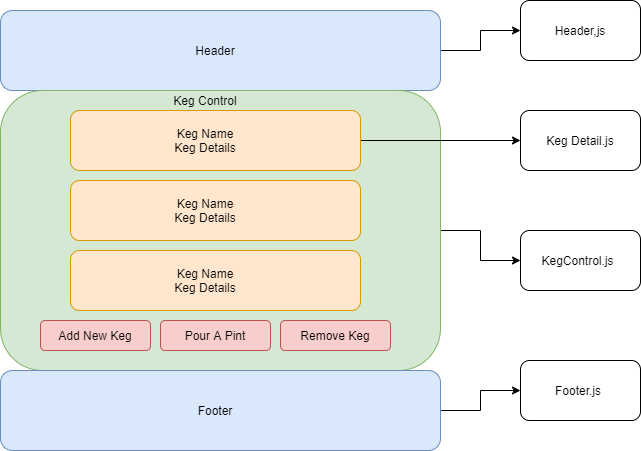
This is src/Assets/ComponentDiagram.png from Pieharder/React-Tap-Room, a draw.io export, as it was before one commit. Source tidied: cells renumbered, new cells last; positions are measured from the earlier drawing's top-left corner, leaving out a move shared by most shapes.
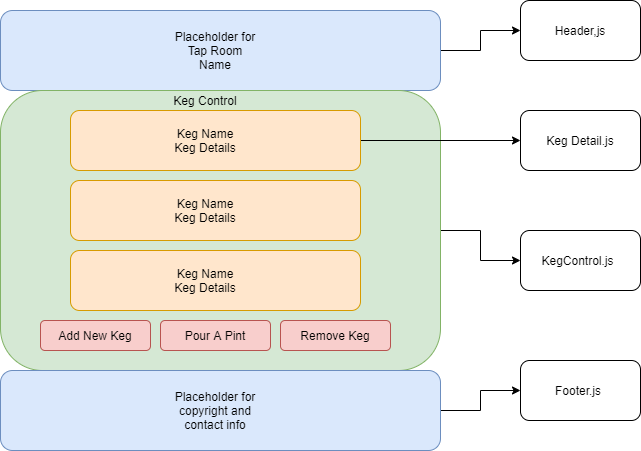
Later version of the same file.

Commit message:
Update Component Diagram

Change to the diagram source:
```diff
@@ -20,10 +20,10 @@
     <mxCell id="7" style="rounded=1;whiteSpace=wrap;html=1;fillColor=#dae8fc;strokeColor=#6c8ebf;" parent="1" vertex="1">
       <mxGeometry y="370" width="440" height="80" as="geometry" />
     </mxCell>
-    <mxCell id="8" value="Header" style="text;html=1;strokeColor=none;fillColor=none;align=center;verticalAlign=middle;whiteSpace=wrap;rounded=0;" parent="1" vertex="1">
+    <mxCell id="8" value="Placeholder for Tap Room Name" style="text;html=1;strokeColor=none;fillColor=none;align=center;verticalAlign=middle;whiteSpace=wrap;rounded=0;" parent="1" vertex="1">
       <mxGeometry x="170" y="30" width="90" height="40" as="geometry" />
     </mxCell>
-    <mxCell id="9" value="Footer&lt;br&gt;" style="text;html=1;strokeColor=none;fillColor=none;align=center;verticalAlign=middle;whiteSpace=wrap;rounded=0;" parent="1" vertex="1">
+    <mxCell id="9" value="Placeholder for copyright and contact info" style="text;html=1;strokeColor=none;fillColor=none;align=center;verticalAlign=middle;whiteSpace=wrap;rounded=0;" parent="1" vertex="1">
       <mxGeometry x="170" y="390" width="90" height="40" as="geometry" />
     </mxCell>
     <mxCell id="10" style="edgeStyle=orthogonalEdgeStyle;rounded=0;jettySize=auto;html=1;" parent="1" edge="1" source="11" target="24">
```
